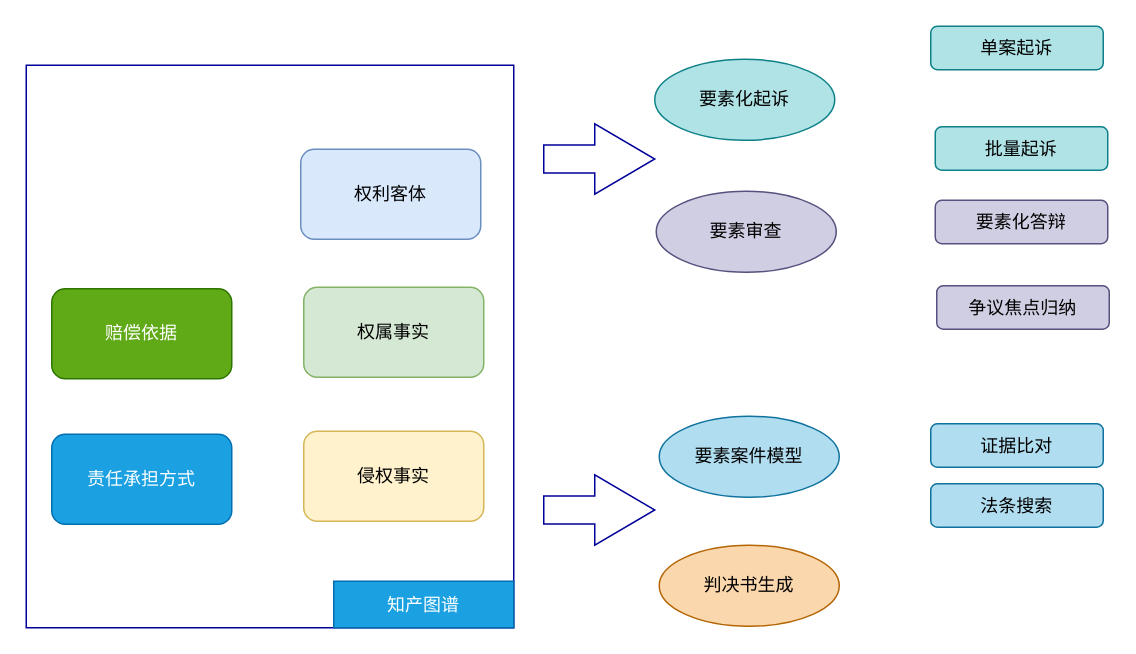
Earlier version of the draw.io diagram Untitled Diagram.drawio (easyhaloo/config). Source tidied: cells renumbered, new cells numbered last; positions are measured from the earlier drawing's top-left corner, leaving out a move shared by most shapes. Both pictures are drawn from the tidied source at 150%, with x=0, y=0 at pixel (26, 26).
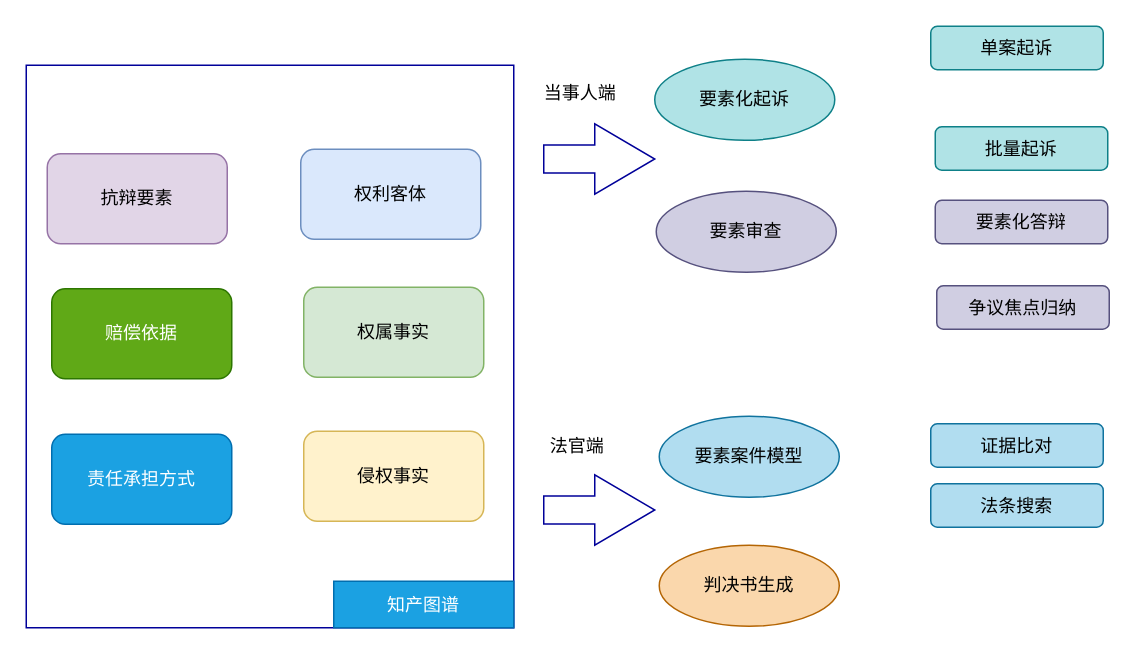
After the change.

Diff of the diagram source:
```diff
@@
+    <mxCell id="21" value="当事人端" style="text;html=1;align=center;verticalAlign=middle;strokeColor=none;fillColor=none;" parent="1" vertex="1">
+      <mxGeometry x="340" y="36" width="58" height="18" as="geometry" />
+    </mxCell>
+    <mxCell id="22" value="法官端" style="text;html=1;align=center;verticalAlign=middle;strokeColor=none;fillColor=none;" parent="1" vertex="1">
+      <mxGeometry x="344" y="271" width="46" height="18" as="geometry" />
+    </mxCell>
+    <mxCell id="23" value="抗辩要素" style="rounded=1;whiteSpace=wrap;html=1;fillColor=#e1d5e7;strokeColor=#9673a6;" parent="1" vertex="1">
+      <mxGeometry x="14" y="85" width="120" height="60" as="geometry" />
+    </mxCell>
```
